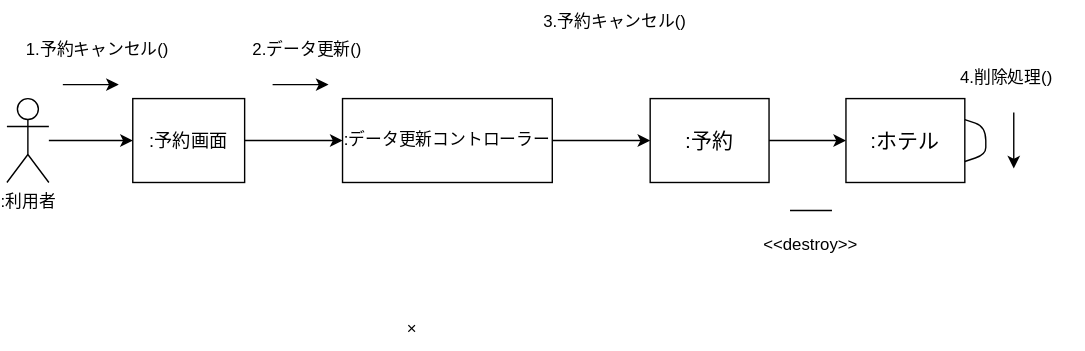
Before: 演習５-2_CD_予約登録削除.drawio.svg, a diagram exported from draw.io (tonitonityoppa/uml-introduction). Source tidied: cells renumbered, new cells last; positions are measured from the earlier drawing's top-left corner, leaving out a move shared by most shapes. Source of this version:
```xml
<mxGraphModel>
  <root>
    <mxCell id="0" />
    <mxCell id="1" parent="0" />
    <mxCell id="2" style="edgeStyle=none;html=1;" parent="1" edge="1" source="3" target="5">
      <mxGeometry relative="1" as="geometry" />
    </mxCell>
    <mxCell id="3" value=":利用者" style="shape=umlActor;verticalLabelPosition=bottom;verticalAlign=top;html=1;outlineConnect=0;" parent="1" vertex="1">
      <mxGeometry y="70" width="30" height="60" as="geometry" />
    </mxCell>
    <mxCell id="4" style="edgeStyle=none;html=1;" parent="1" edge="1" source="5" target="7">
      <mxGeometry relative="1" as="geometry" />
    </mxCell>
    <mxCell id="5" value=":予約画面" style="whiteSpace=wrap;html=1;verticalAlign=middle;fontSize=13;" parent="1" vertex="1">
      <mxGeometry x="90" y="70" width="80" height="60" as="geometry" />
    </mxCell>
    <mxCell id="6" style="edgeStyle=none;html=1;" parent="1" edge="1" source="7" target="9">
      <mxGeometry relative="1" as="geometry" />
    </mxCell>
    <mxCell id="7" value=":データ更新コントローラー" style="whiteSpace=wrap;html=1;verticalAlign=middle;" parent="1" vertex="1">
      <mxGeometry x="240" y="70" width="150" height="60" as="geometry" />
    </mxCell>
    <mxCell id="8" style="edgeStyle=none;html=1;" parent="1" edge="1" source="9" target="10">
      <mxGeometry relative="1" as="geometry" />
    </mxCell>
    <mxCell id="9" value=":予約" style="whiteSpace=wrap;html=1;verticalAlign=middle;fontSize=15;" parent="1" vertex="1">
      <mxGeometry x="460" y="70" width="85" height="60" as="geometry" />
    </mxCell>
    <mxCell id="10" value=":ホテル" style="whiteSpace=wrap;html=1;verticalAlign=middle;fontSize=15;" parent="1" vertex="1">
      <mxGeometry x="600" y="70" width="85" height="60" as="geometry" />
    </mxCell>
    <mxCell id="11" style="endArrow=classic;html=1;fontSize=13;" parent="1" edge="1">
      <mxGeometry relative="1" as="geometry">
        <mxPoint x="40" y="60" as="sourcePoint" />
        <mxPoint x="80" y="60" as="targetPoint" />
      </mxGeometry>
    </mxCell>
    <mxCell id="12" value="1.予約キャンセル()" style="text;html=1;strokeColor=none;fillColor=none;align=center;verticalAlign=middle;whiteSpace=wrap;rounded=0;fontSize=12;" parent="1" vertex="1">
      <mxGeometry x="10" y="20" width="110" height="30" as="geometry" />
    </mxCell>
    <mxCell id="13" style="endArrow=classic;html=1;fontSize=13;" parent="1" edge="1">
      <mxGeometry relative="1" as="geometry">
        <mxPoint x="190" y="60" as="sourcePoint" />
        <mxPoint x="230" y="60" as="targetPoint" />
      </mxGeometry>
    </mxCell>
    <mxCell id="14" value="2.データ更新()" style="text;html=1;strokeColor=none;fillColor=none;align=center;verticalAlign=middle;whiteSpace=wrap;rounded=0;fontSize=12;" parent="1" vertex="1">
      <mxGeometry x="160" y="20" width="110" height="30" as="geometry" />
    </mxCell>
    <mxCell id="15" value="3.予約キャンセル()" style="text;html=1;strokeColor=none;fillColor=none;align=center;verticalAlign=middle;whiteSpace=wrap;rounded=0;fontSize=12;" parent="1" vertex="1">
      <mxGeometry x="380" width="110" height="30" as="geometry" />
    </mxCell>
    <mxCell id="16" style="edgeStyle=none;html=1;exitX=1;exitY=0.25;exitDx=0;exitDy=0;entryX=1;entryY=0.75;entryDx=0;entryDy=0;fontSize=12;endArrow=none;endFill=0;" parent="1" edge="1" source="10" target="10">
      <mxGeometry relative="1" as="geometry">
        <Array as="points">
          <mxPoint x="700" y="90" />
          <mxPoint x="700" y="110" />
        </Array>
      </mxGeometry>
    </mxCell>
    <mxCell id="17" value="4.削除処理()" style="text;html=1;strokeColor=none;fillColor=none;align=center;verticalAlign=middle;whiteSpace=wrap;rounded=0;fontSize=12;" parent="1" vertex="1">
      <mxGeometry x="660" y="40" width="110" height="30" as="geometry" />
    </mxCell>
    <mxCell id="18" style="edgeStyle=none;html=1;" parent="1" edge="1">
      <mxGeometry relative="1" as="geometry">
        <mxPoint x="720" y="80" as="sourcePoint" />
        <mxPoint x="720" y="120" as="targetPoint" />
      </mxGeometry>
    </mxCell>
    <mxCell id="19" style="endArrow=none;html=1;fontSize=12;" parent="1" edge="1">
      <mxGeometry relative="1" as="geometry">
        <mxPoint x="560" y="150" as="sourcePoint" />
        <mxPoint x="590" y="150" as="targetPoint" />
      </mxGeometry>
    </mxCell>
    <mxCell id="20" value="&amp;lt;&amp;lt;destroy&amp;gt;&amp;gt;" style="text;html=1;strokeColor=none;fillColor=none;align=center;verticalAlign=middle;whiteSpace=wrap;rounded=0;fontSize=12;" parent="1" vertex="1">
      <mxGeometry x="520" y="160" width="110" height="30" as="geometry" />
    </mxCell>
    <mxCell id="21" value="×" style="text;html=1;strokeColor=none;fillColor=none;align=center;verticalAlign=middle;whiteSpace=wrap;rounded=0;fontSize=12;" parent="1" vertex="1">
      <mxGeometry x="260" y="220" width="60" height="30" as="geometry" />
    </mxCell>
  </root>
</mxGraphModel>
```
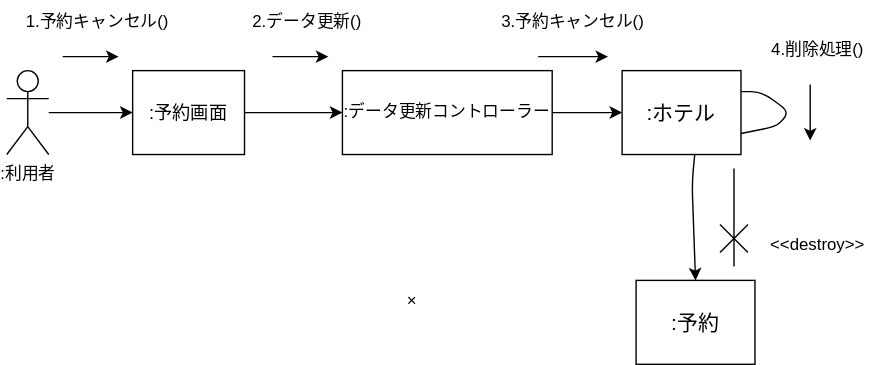
After the commit.

The edit, as a diff of the source:
```diff
@@ -14,20 +14,24 @@
     <mxCell id="5" value=":予約画面" style="whiteSpace=wrap;html=1;verticalAlign=middle;fontSize=13;" parent="1" vertex="1">
       <mxGeometry x="90" y="70" width="80" height="60" as="geometry" />
     </mxCell>
-    <mxCell id="6" style="edgeStyle=none;html=1;" parent="1" edge="1" source="7" target="9">
+    <mxCell id="6" style="edgeStyle=none;html=1;entryX=0;entryY=0.5;entryDx=0;entryDy=0;" parent="1" edge="1" source="7" target="10">
       <mxGeometry relative="1" as="geometry" />
     </mxCell>
     <mxCell id="7" value=":データ更新コントローラー" style="whiteSpace=wrap;html=1;verticalAlign=middle;" parent="1" vertex="1">
       <mxGeometry x="240" y="70" width="150" height="60" as="geometry" />
     </mxCell>
-    <mxCell id="8" style="edgeStyle=none;html=1;" parent="1" edge="1" source="9" target="10">
-      <mxGeometry relative="1" as="geometry" />
+    <mxCell id="8" style="edgeStyle=none;html=1;entryX=0.5;entryY=0;entryDx=0;entryDy=0;exitX=0.612;exitY=0.983;exitDx=0;exitDy=0;exitPerimeter=0;" parent="1" edge="1" source="10" target="9">
+      <mxGeometry relative="1" as="geometry">
+        <Array as="points">
+          <mxPoint x="490" y="150" />
+        </Array>
+      </mxGeometry>
     </mxCell>
     <mxCell id="9" value=":予約" style="whiteSpace=wrap;html=1;verticalAlign=middle;fontSize=15;" parent="1" vertex="1">
-      <mxGeometry x="460" y="70" width="85" height="60" as="geometry" />
+      <mxGeometry x="450" y="220" width="85" height="60" as="geometry" />
     </mxCell>
     <mxCell id="10" value=":ホテル" style="whiteSpace=wrap;html=1;verticalAlign=middle;fontSize=15;" parent="1" vertex="1">
-      <mxGeometry x="600" y="70" width="85" height="60" as="geometry" />
+      <mxGeometry x="440" y="70" width="85" height="60" as="geometry" />
     </mxCell>
     <mxCell id="11" style="endArrow=classic;html=1;fontSize=13;" parent="1" edge="1">
       <mxGeometry relative="1" as="geometry">
@@ -48,36 +52,55 @@
       <mxGeometry x="160" y="20" width="110" height="30" as="geometry" />
     </mxCell>
     <mxCell id="15" value="3.予約キャンセル()" style="text;html=1;strokeColor=none;fillColor=none;align=center;verticalAlign=middle;whiteSpace=wrap;rounded=0;fontSize=12;" parent="1" vertex="1">
-      <mxGeometry x="380" width="110" height="30" as="geometry" />
+      <mxGeometry x="350" y="20" width="110" height="30" as="geometry" />
     </mxCell>
     <mxCell id="16" style="edgeStyle=none;html=1;exitX=1;exitY=0.25;exitDx=0;exitDy=0;entryX=1;entryY=0.75;entryDx=0;entryDy=0;fontSize=12;endArrow=none;endFill=0;" parent="1" edge="1" source="10" target="10">
       <mxGeometry relative="1" as="geometry">
         <Array as="points">
-          <mxPoint x="700" y="90" />
-          <mxPoint x="700" y="110" />
+          <mxPoint x="540" y="85" />
+          <mxPoint x="560" y="100" />
+          <mxPoint x="550" y="110" />
         </Array>
       </mxGeometry>
     </mxCell>
     <mxCell id="17" value="4.削除処理()" style="text;html=1;strokeColor=none;fillColor=none;align=center;verticalAlign=middle;whiteSpace=wrap;rounded=0;fontSize=12;" parent="1" vertex="1">
-      <mxGeometry x="660" y="40" width="110" height="30" as="geometry" />
+      <mxGeometry x="525" y="40" width="110" height="30" as="geometry" />
     </mxCell>
     <mxCell id="18" style="edgeStyle=none;html=1;" parent="1" edge="1">
       <mxGeometry relative="1" as="geometry">
-        <mxPoint x="720" y="80" as="sourcePoint" />
-        <mxPoint x="720" y="120" as="targetPoint" />
+        <mxPoint x="574.5" y="80" as="sourcePoint" />
+        <mxPoint x="574.5" y="120" as="targetPoint" />
       </mxGeometry>
     </mxCell>
     <mxCell id="19" style="endArrow=none;html=1;fontSize=12;" parent="1" edge="1">
       <mxGeometry relative="1" as="geometry">
-        <mxPoint x="560" y="150" as="sourcePoint" />
-        <mxPoint x="590" y="150" as="targetPoint" />
+        <mxPoint x="520" y="210" as="sourcePoint" />
+        <mxPoint x="520" y="140" as="targetPoint" />
       </mxGeometry>
     </mxCell>
     <mxCell id="20" value="&amp;lt;&amp;lt;destroy&amp;gt;&amp;gt;" style="text;html=1;strokeColor=none;fillColor=none;align=center;verticalAlign=middle;whiteSpace=wrap;rounded=0;fontSize=12;" parent="1" vertex="1">
-      <mxGeometry x="520" y="160" width="110" height="30" as="geometry" />
+      <mxGeometry x="525" y="180" width="110" height="30" as="geometry" />
     </mxCell>
     <mxCell id="21" value="×" style="text;html=1;strokeColor=none;fillColor=none;align=center;verticalAlign=middle;whiteSpace=wrap;rounded=0;fontSize=12;" parent="1" vertex="1">
       <mxGeometry x="260" y="220" width="60" height="30" as="geometry" />
     </mxCell>
+    <mxCell id="22" style="endArrow=classic;html=1;fontSize=13;" parent="1" edge="1">
+      <mxGeometry relative="1" as="geometry">
+        <mxPoint x="380" y="60" as="sourcePoint" />
+        <mxPoint x="430" y="60" as="targetPoint" />
+      </mxGeometry>
+    </mxCell>
+    <mxCell id="23" style="endArrow=none;html=1;" parent="1" edge="1">
+      <mxGeometry relative="1" as="geometry">
+        <mxPoint x="530" y="200" as="sourcePoint" />
+        <mxPoint x="510" y="180" as="targetPoint" />
+      </mxGeometry>
+    </mxCell>
+    <mxCell id="24" style="endArrow=none;html=1;" parent="1" edge="1">
+      <mxGeometry relative="1" as="geometry">
+        <mxPoint x="510" y="200" as="sourcePoint" />
+        <mxPoint x="530" y="180" as="targetPoint" />
+      </mxGeometry>
+    </mxCell>
   </root>
 </mxGraphModel>
```
